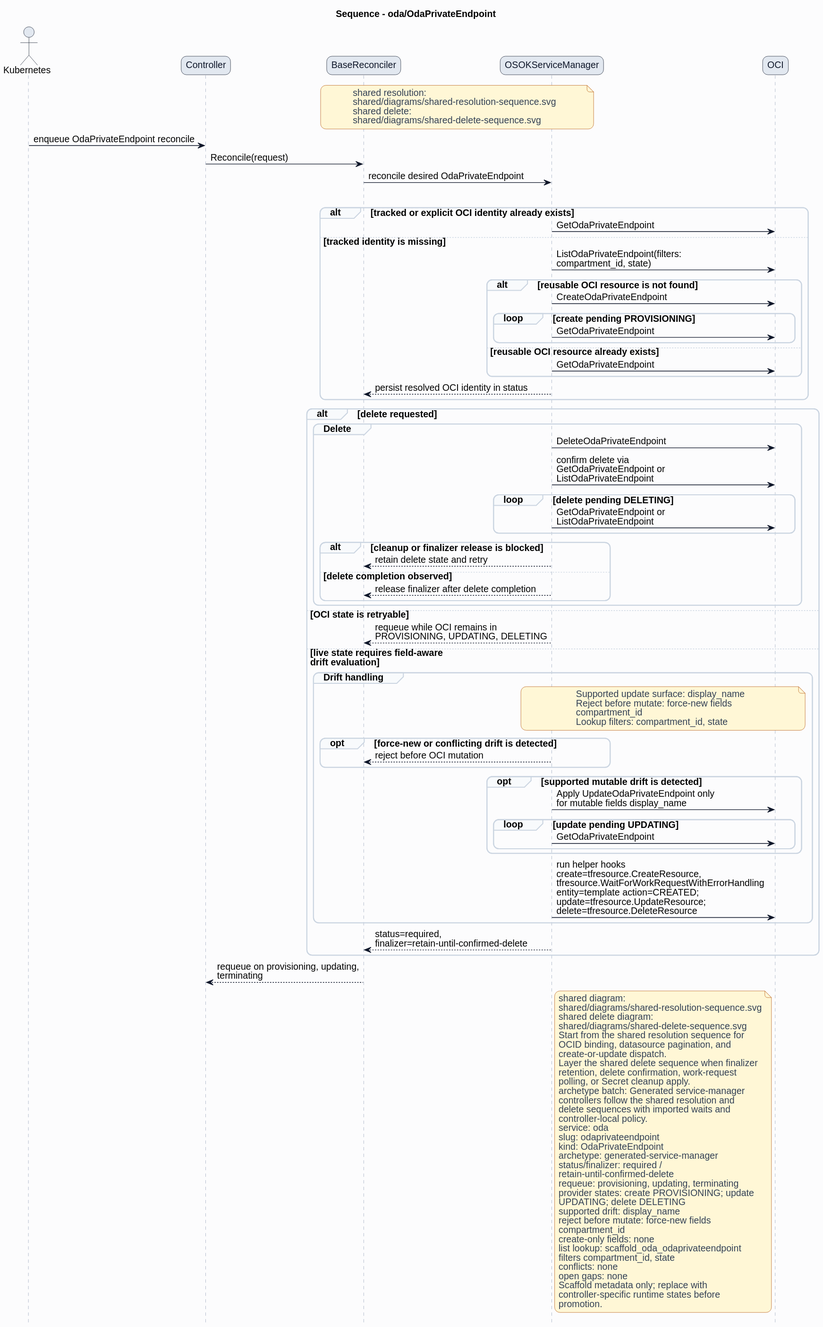
HaoyL666/oci-service-operator keeps this PlantUML diagram as formal/controllers/oda/odaprivateendpoint/diagrams/sequence.svg. Above is the earlier version.
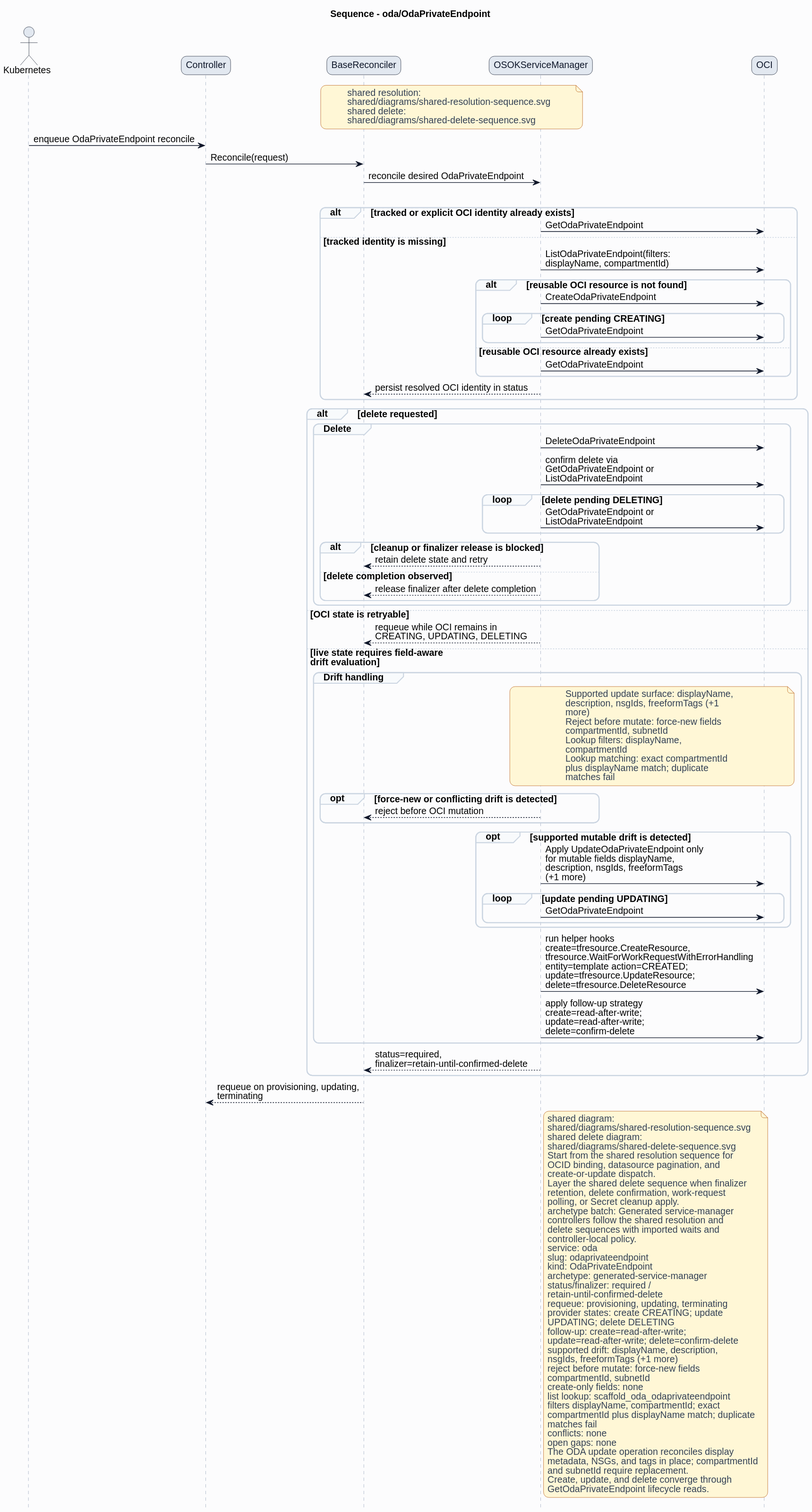
Later version of the same file.

Change to the diagram source:
```diff
@@ -38,10 +38,10 @@
 alt tracked or explicit OCI identity already exists
 ServiceManager -> OCI: GetOdaPrivateEndpoint
 else tracked identity is missing
-ServiceManager -> OCI: ListOdaPrivateEndpoint(filters:\ncompartment_id, state)
+ServiceManager -> OCI: ListOdaPrivateEndpoint(filters:\ndisplayName, compartmentId)
 alt reusable OCI resource is not found
 ServiceManager -> OCI: CreateOdaPrivateEndpoint
-loop create pending PROVISIONING
+loop create pending CREATING
 ServiceManager -> OCI: GetOdaPrivateEndpoint
 end
 else reusable OCI resource already exists
@@ -63,25 +63,32 @@
 end
 end
 else OCI state is retryable
-ServiceManager --> BaseReconciler: requeue while OCI remains in\nPROVISIONING, UPDATING, DELETING
+ServiceManager --> BaseReconciler: requeue while OCI remains in\nCREATING, UPDATING, DELETING
 else live state requires field-aware\ndrift evaluation
 group Drift handling
 note over ServiceManager,OCI
-Supported update surface: display_name
+Supported update surface: displayName,
+description, nsgIds, freeformTags (+1
+more)
 Reject before mutate: force-new fields
-compartment_id
-Lookup filters: compartment_id, state
+compartmentId, subnetId
+Lookup filters: displayName,
+compartmentId
+Lookup matching: exact compartmentId
+plus displayName match; duplicate
+matches fail
 end note
 opt force-new or conflicting drift is detected
 ServiceManager --> BaseReconciler: reject before OCI mutation
 end
 opt supported mutable drift is detected
-ServiceManager -> OCI: Apply UpdateOdaPrivateEndpoint only\nfor mutable fields display_name
+ServiceManager -> OCI: Apply UpdateOdaPrivateEndpoint only\nfor mutable fields displayName,\ndescription, nsgIds, freeformTags\n(+1 more)
 loop update pending UPDATING
 ServiceManager -> OCI: GetOdaPrivateEndpoint
 end
 end
 ServiceManager -> OCI: run helper hooks\ncreate=tfresource.CreateResource,\ntfresource.WaitForWorkRequestWithErrorHandling\nentity=template action=CREATED;\nupdate=tfresource.UpdateResource;\ndelete=tfresource.DeleteResource
+ServiceManager -> OCI: apply follow-up strategy\ncreate=read-after-write;\nupdate=read-after-write;\ndelete=confirm-delete
 end
 ServiceManager --> BaseReconciler: status=required,\nfinalizer=retain-until-confirmed-delete
 end
@@ -108,18 +115,25 @@
 status/finalizer: required /
 retain-until-confirmed-delete
 requeue: provisioning, updating, terminating
-provider states: create PROVISIONING; update
+provider states: create CREATING; update
 UPDATING; delete DELETING
-supported drift: display_name
+follow-up: create=read-after-write;
+update=read-after-write; delete=confirm-delete
+supported drift: displayName, description,
+nsgIds, freeformTags (+1 more)
 reject before mutate: force-new fields
-compartment_id
+compartmentId, subnetId
 create-only fields: none
 list lookup: scaffold_oda_odaprivateendpoint
-filters compartment_id, state
+filters displayName, compartmentId; exact
+compartmentId plus displayName match; duplicate
+matches fail
 conflicts: none
 open gaps: none
-Scaffold metadata only; replace with
-controller-specific runtime states before
-promotion.
+The ODA update operation reconciles display
+metadata, NSGs, and tags in place; compartmentId
+and subnetId require replacement.
+Create, update, and delete converge through
+GetOdaPrivateEndpoint lifecycle reads.
 end note
 @enduml
```
